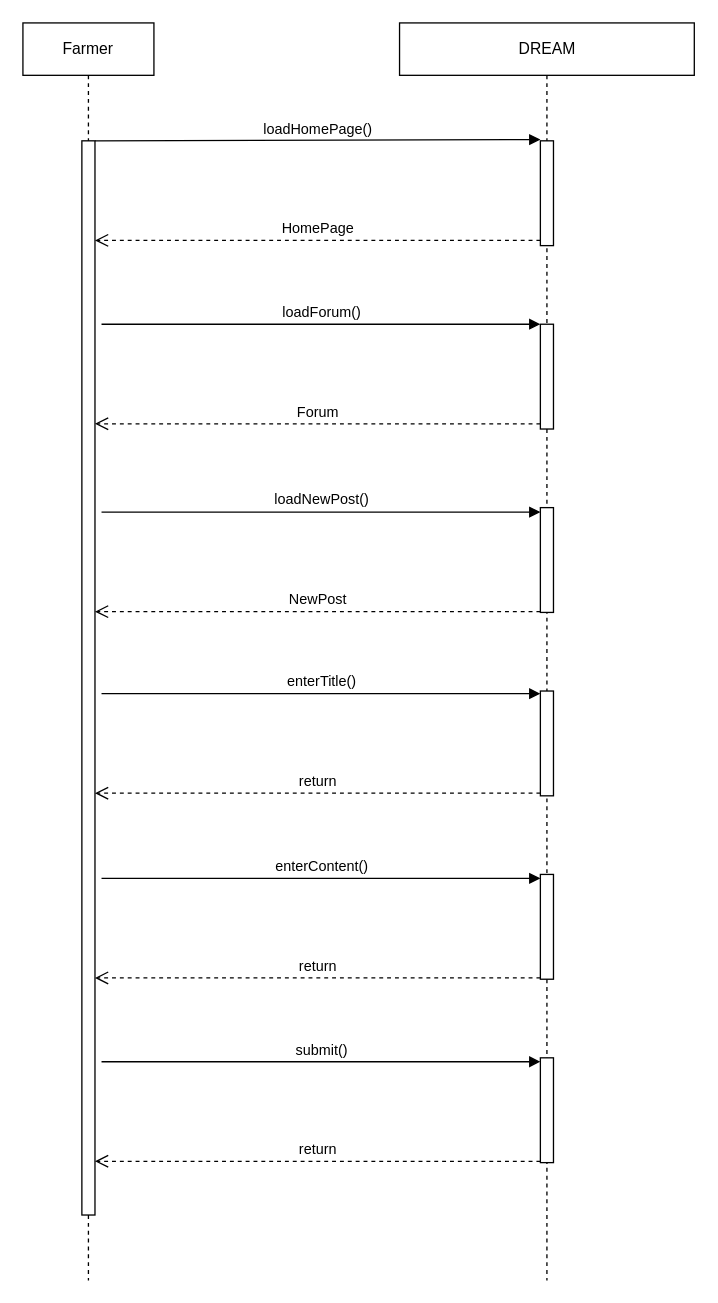
Before: page "FarmerCreateNewPost" (9 of 12) of RASD/diagrams/Sequence Diagram.drawio in ictar/DREAM-SE2-Project-2022, a draw.io diagram. Source tidied: cells renumbered, new cells numbered last; positions are measured from the earlier drawing's top-left corner, leaving out a move shared by most shapes. Both pictures are drawn from the tidied source at 131%, with x=0, y=0 at pixel (22, 22).
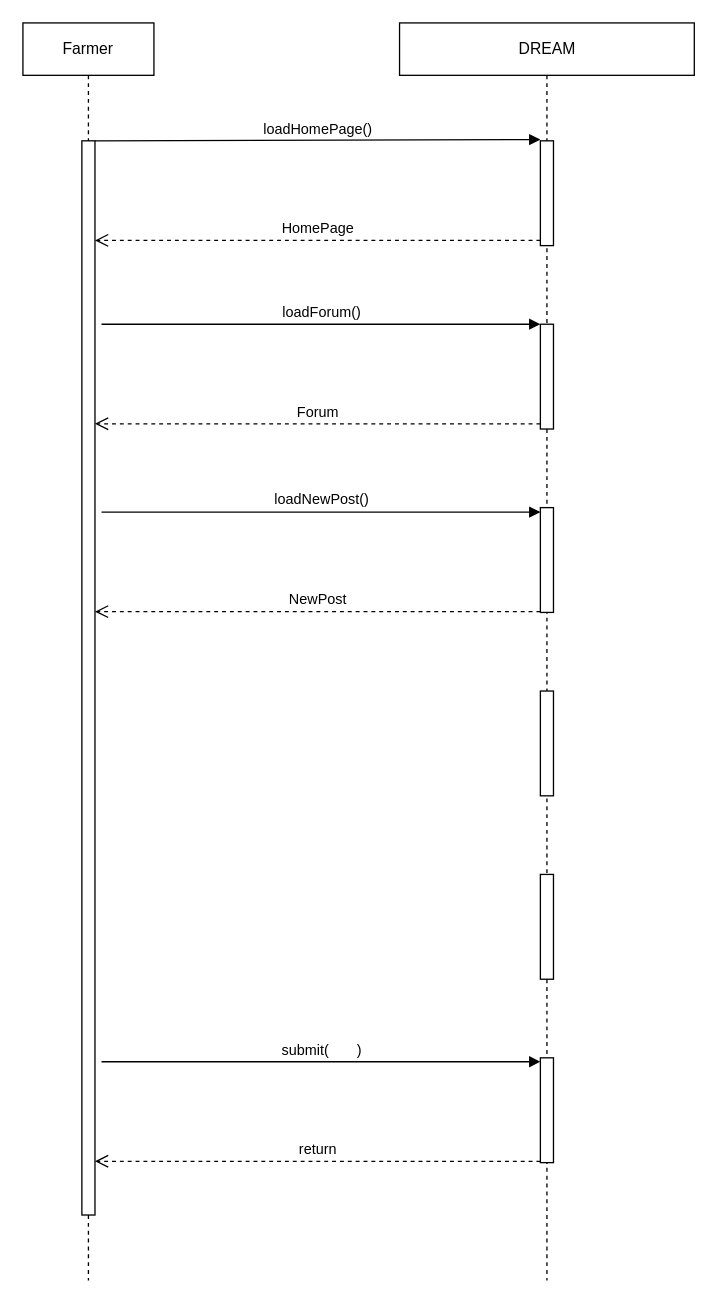
Above is the later version.

Diff of the diagram source:
```diff
@@
-    <mxCell id="11" value="return" style="html=1;verticalAlign=bottom;endArrow=open;dashed=1;endSize=8;exitX=0;exitY=0.95;rounded=0;" parent="1" edge="1">
-      <mxGeometry relative="1" as="geometry">
-        <mxPoint x="395" y="588" as="sourcePoint" />
-        <mxPoint x="55" y="588" as="targetPoint" />
-      </mxGeometry>
-    </mxCell>
-    <mxCell id="12" value="enterTitle()" style="html=1;verticalAlign=bottom;endArrow=block;entryX=0;entryY=0;rounded=0;" parent="1" edge="1">
-      <mxGeometry relative="1" as="geometry">
-        <mxPoint x="60" y="512" as="sourcePoint" />
-        <mxPoint x="395" y="512" as="targetPoint" />
-      </mxGeometry>
-    </mxCell>
-    <mxCell id="13" value="return" style="html=1;verticalAlign=bottom;endArrow=open;dashed=1;endSize=8;exitX=0;exitY=0.95;rounded=0;" parent="1" edge="1">
-      <mxGeometry relative="1" as="geometry">
-        <mxPoint x="395" y="729" as="sourcePoint" />
-        <mxPoint x="55" y="729" as="targetPoint" />
-      </mxGeometry>
-    </mxCell>
-    <mxCell id="14" value="enterContent()" style="html=1;verticalAlign=bottom;endArrow=block;entryX=0;entryY=0;rounded=0;" parent="1" edge="1">
-      <mxGeometry relative="1" as="geometry">
-        <mxPoint x="60" y="653" as="sourcePoint" />
-        <mxPoint x="395" y="653" as="targetPoint" />
-      </mxGeometry>
-    </mxCell>
@@
-    <mxCell id="16" value="submit()" style="html=1;verticalAlign=bottom;endArrow=block;entryX=0;entryY=0;rounded=0;" parent="1" edge="1">
+    <mxCell id="16" value="submit(&amp;nbsp; &amp;nbsp; &amp;nbsp; &amp;nbsp;)" style="html=1;verticalAlign=bottom;endArrow=block;entryX=0;entryY=0;rounded=0;" parent="1" edge="1">
       <mxGeometry relative="1" as="geometry">
         <mxPoint x="60" y="793" as="sourcePoint" />
         <mxPoint x="395" y="793" as="targetPoint" />
       </mxGeometry>
     </mxCell>
```
